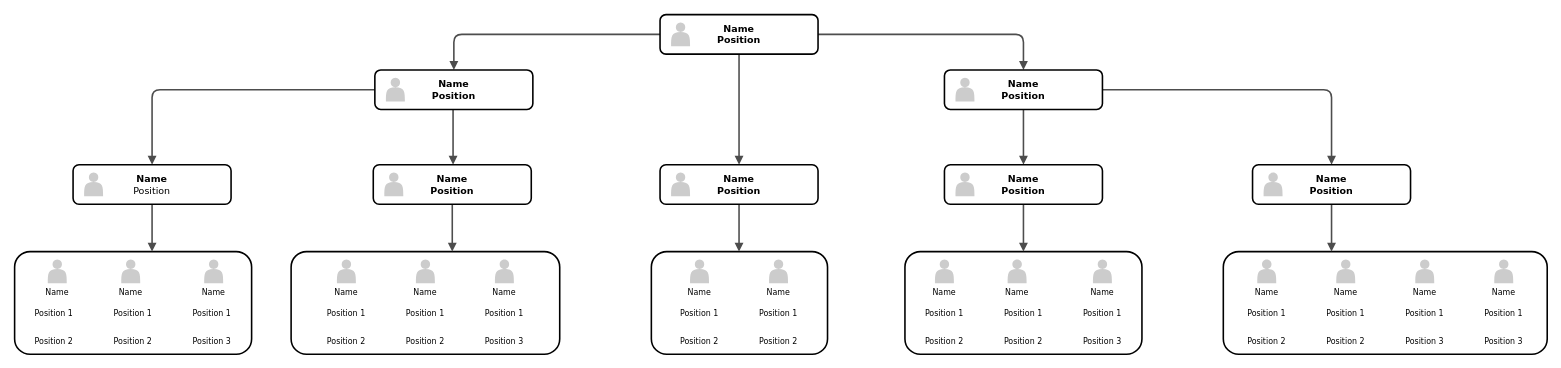
Before: Untitled Diagram.drawio in LiuHuAshen/drawio, a draw.io diagram. Source tidied: cells renumbered, new cells numbered last; positions are measured from the earlier drawing's top-left corner, leaving out a move shared by most shapes. Both pictures are drawn from the tidied source at 79%, with x=0, y=0 at pixel (14, 14).
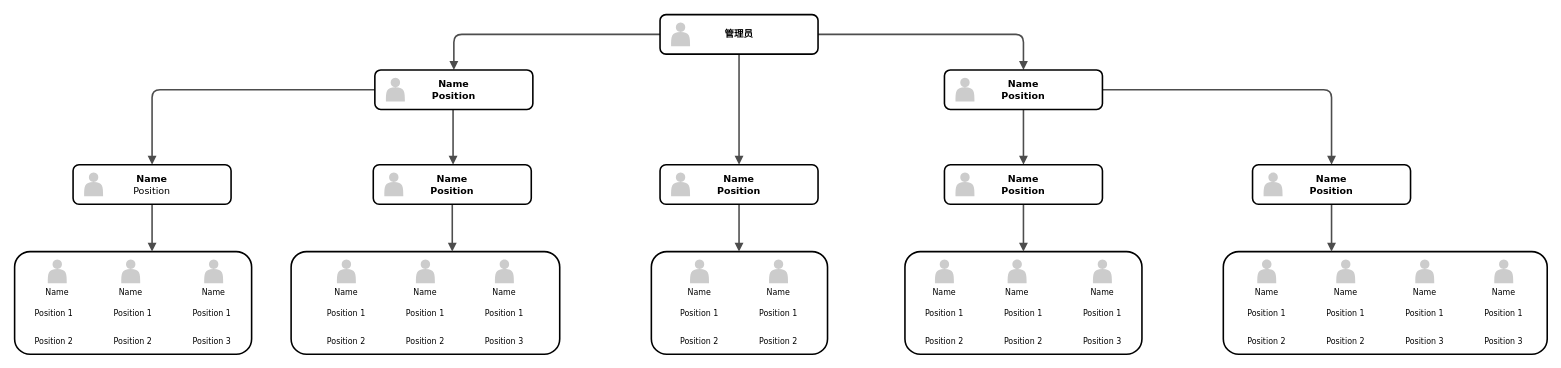
The same diagram, later.

Diff of the diagram source:
```diff
@@
-    <mxCell id="72" value="Name&lt;div&gt;&lt;span&gt;Position&lt;/span&gt;&lt;/div&gt;" style="whiteSpace=wrap;html=1;rounded=1;shadow=0;comic=0;strokeWidth=2;fontFamily=Verdana;align=center;fontSize=12;fontStyle=1;" parent="1" vertex="1">
+    <mxCell id="72" value="管理员" style="whiteSpace=wrap;html=1;rounded=1;shadow=0;comic=0;strokeWidth=2;fontFamily=Verdana;align=center;fontSize=12;fontStyle=1;" parent="1" vertex="1">
       <mxGeometry x="817" width="200" height="50" as="geometry" />
     </mxCell>
```
